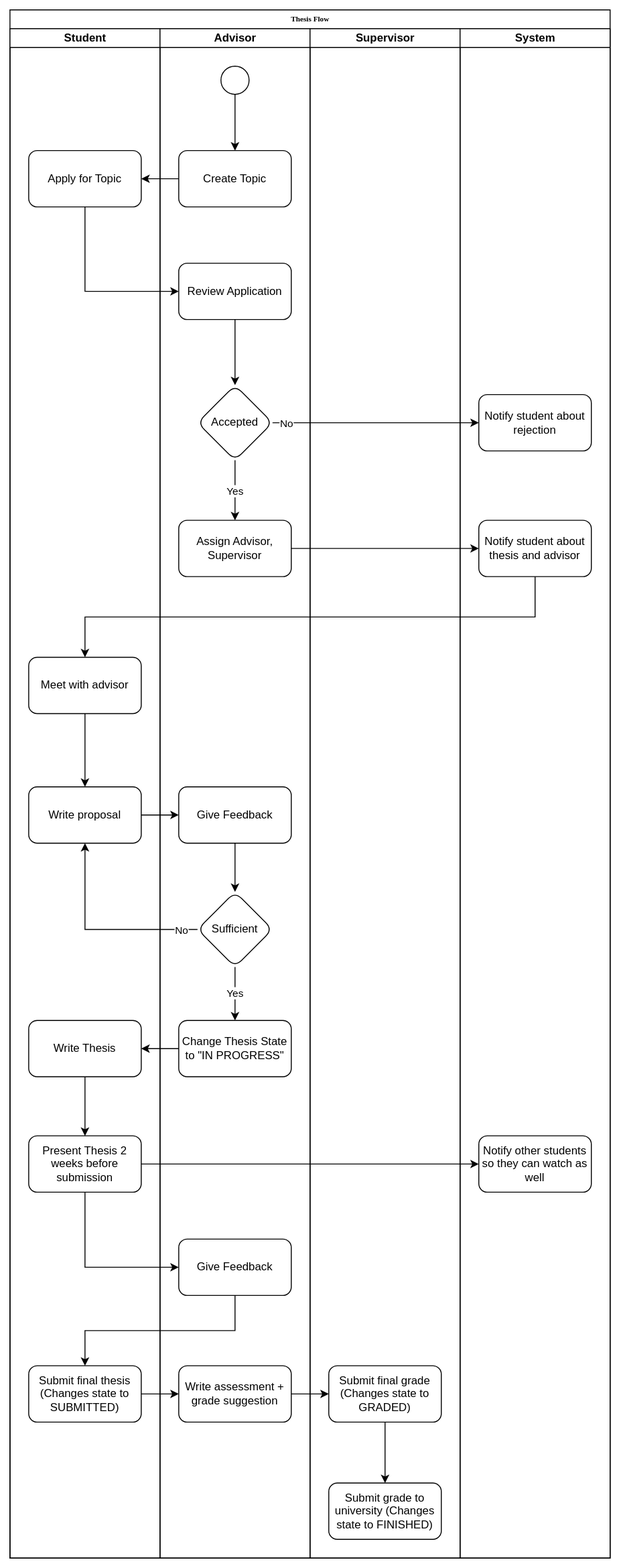
This is proposal/flowchart-2.svg from fabian-emilius/bachelor-thesis-charts, a draw.io export, as it was before one commit. Source tidied: cells renumbered, new cells last; positions are measured from the earlier drawing's top-left corner, leaving out a move shared by most shapes. Source of this version:
```xml
<mxGraphModel>
  <root>
    <mxCell id="0" />
    <mxCell id="1" parent="0" />
    <mxCell id="2" value="Thesis Flow" style="swimlane;html=1;startSize=20;rounded=0;shadow=0;labelBackgroundColor=none;strokeWidth=1;fontFamily=Verdana;fontSize=8;align=center;" parent="1" vertex="1">
      <mxGeometry width="640" height="1650" as="geometry" />
    </mxCell>
    <mxCell id="3" value="Student" style="swimlane;html=1;startSize=20;" parent="2" vertex="1">
      <mxGeometry y="20" width="160" height="1630" as="geometry" />
    </mxCell>
    <mxCell id="4" value="Apply for Topic" style="rounded=1;whiteSpace=wrap;html=1;" parent="3" vertex="1">
      <mxGeometry x="20" y="130" width="120" height="60" as="geometry" />
    </mxCell>
    <mxCell id="5" style="edgeStyle=orthogonalEdgeStyle;rounded=0;jettySize=auto;html=1;" parent="3" edge="1" source="6" target="7">
      <mxGeometry relative="1" as="geometry" />
    </mxCell>
    <mxCell id="6" value="Meet with advisor" style="whiteSpace=wrap;html=1;rounded=1;" parent="3" vertex="1">
      <mxGeometry x="20" y="670" width="120" height="60" as="geometry" />
    </mxCell>
    <mxCell id="7" value="Write proposal" style="whiteSpace=wrap;html=1;rounded=1;" parent="3" vertex="1">
      <mxGeometry x="20" y="808" width="120" height="60" as="geometry" />
    </mxCell>
    <mxCell id="8" style="edgeStyle=orthogonalEdgeStyle;rounded=0;jettySize=auto;html=1;" parent="3" edge="1" source="9" target="10">
      <mxGeometry relative="1" as="geometry" />
    </mxCell>
    <mxCell id="9" value="Write Thesis" style="whiteSpace=wrap;html=1;rounded=1;" parent="3" vertex="1">
      <mxGeometry x="20" y="1057" width="120" height="60" as="geometry" />
    </mxCell>
    <mxCell id="10" value="Present Thesis 2 weeks before submission" style="whiteSpace=wrap;html=1;rounded=1;" parent="3" vertex="1">
      <mxGeometry x="20" y="1180" width="120" height="60" as="geometry" />
    </mxCell>
    <mxCell id="11" value="Submit final thesis (Changes state to SUBMITTED)" style="whiteSpace=wrap;html=1;rounded=1;" parent="3" vertex="1">
      <mxGeometry x="20" y="1425" width="120" height="60" as="geometry" />
    </mxCell>
    <mxCell id="12" value="Advisor" style="swimlane;html=1;startSize=20;" parent="2" vertex="1">
      <mxGeometry x="160" y="20" width="160" height="1630" as="geometry" />
    </mxCell>
    <mxCell id="13" style="edgeStyle=orthogonalEdgeStyle;rounded=0;jettySize=auto;html=1;exitX=0.5;exitY=1;exitDx=0;exitDy=0;entryX=0.5;entryY=0;entryDx=0;entryDy=0;" parent="12" edge="1" source="14" target="15">
      <mxGeometry relative="1" as="geometry" />
    </mxCell>
    <mxCell id="14" style="ellipse;whiteSpace=wrap;html=1;rounded=0;shadow=0;labelBackgroundColor=none;strokeWidth=1;fontFamily=Verdana;fontSize=8;align=center;" parent="12" vertex="1">
      <mxGeometry x="65" y="40" width="30" height="30" as="geometry" />
    </mxCell>
    <mxCell id="15" value="Create Topic" style="rounded=1;whiteSpace=wrap;html=1;" parent="12" vertex="1">
      <mxGeometry x="20" y="130" width="120" height="60" as="geometry" />
    </mxCell>
    <mxCell id="16" style="edgeStyle=orthogonalEdgeStyle;rounded=0;jettySize=auto;html=1;" parent="12" edge="1" source="17" target="19">
      <mxGeometry relative="1" as="geometry" />
    </mxCell>
    <mxCell id="17" value="Review Application" style="rounded=1;whiteSpace=wrap;html=1;" parent="12" vertex="1">
      <mxGeometry x="20" y="250" width="120" height="60" as="geometry" />
    </mxCell>
    <mxCell id="18" value="Yes" style="edgeStyle=orthogonalEdgeStyle;rounded=0;jettySize=auto;html=1;" parent="12" edge="1" source="19" target="20">
      <mxGeometry relative="1" as="geometry" />
    </mxCell>
    <mxCell id="19" value="Accepted" style="rhombus;whiteSpace=wrap;html=1;rounded=1;" parent="12" vertex="1">
      <mxGeometry x="40" y="380" width="80" height="80" as="geometry" />
    </mxCell>
    <mxCell id="20" value="Assign Advisor, Supervisor" style="whiteSpace=wrap;html=1;rounded=1;" parent="12" vertex="1">
      <mxGeometry x="20" y="524" width="120" height="60" as="geometry" />
    </mxCell>
    <mxCell id="21" style="edgeStyle=orthogonalEdgeStyle;rounded=0;jettySize=auto;html=1;" parent="12" edge="1" source="22" target="24">
      <mxGeometry relative="1" as="geometry" />
    </mxCell>
    <mxCell id="22" value="Give Feedback" style="whiteSpace=wrap;html=1;rounded=1;" parent="12" vertex="1">
      <mxGeometry x="20" y="808" width="120" height="60" as="geometry" />
    </mxCell>
    <mxCell id="23" value="Yes" style="edgeStyle=orthogonalEdgeStyle;rounded=0;jettySize=auto;html=1;" parent="12" edge="1" source="24" target="25">
      <mxGeometry relative="1" as="geometry" />
    </mxCell>
    <mxCell id="24" value="Sufficient" style="rhombus;whiteSpace=wrap;html=1;rounded=1;" parent="12" vertex="1">
      <mxGeometry x="40" y="920" width="80" height="80" as="geometry" />
    </mxCell>
    <mxCell id="25" value="Change Thesis State to &quot;IN PROGRESS&quot;" style="whiteSpace=wrap;html=1;rounded=1;" parent="12" vertex="1">
      <mxGeometry x="20" y="1057" width="120" height="60" as="geometry" />
    </mxCell>
    <mxCell id="26" value="Give Feedback" style="whiteSpace=wrap;html=1;rounded=1;" parent="12" vertex="1">
      <mxGeometry x="20" y="1290" width="120" height="60" as="geometry" />
    </mxCell>
    <mxCell id="27" value="Write assessment + grade suggestion" style="whiteSpace=wrap;html=1;rounded=1;" parent="12" vertex="1">
      <mxGeometry x="20" y="1425" width="120" height="60" as="geometry" />
    </mxCell>
    <mxCell id="28" value="Supervisor" style="swimlane;html=1;startSize=20;" parent="2" vertex="1">
      <mxGeometry x="320" y="20" width="160" height="1630" as="geometry" />
    </mxCell>
    <mxCell id="29" style="edgeStyle=orthogonalEdgeStyle;rounded=0;jettySize=auto;html=1;" parent="28" edge="1" source="30" target="31">
      <mxGeometry relative="1" as="geometry" />
    </mxCell>
    <mxCell id="30" value="Submit final grade&lt;div&gt;(Changes state to GRADED)&lt;/div&gt;" style="whiteSpace=wrap;html=1;rounded=1;" parent="28" vertex="1">
      <mxGeometry x="20" y="1425" width="120" height="60" as="geometry" />
    </mxCell>
    <mxCell id="31" value="Submit grade to university (Changes state to FINISHED)" style="whiteSpace=wrap;html=1;rounded=1;" parent="28" vertex="1">
      <mxGeometry x="20" y="1550" width="120" height="60" as="geometry" />
    </mxCell>
    <mxCell id="32" value="System" style="swimlane;html=1;startSize=20;" parent="2" vertex="1">
      <mxGeometry x="480" y="20" width="160" height="1630" as="geometry" />
    </mxCell>
    <mxCell id="33" value="Notify student about rejection" style="whiteSpace=wrap;html=1;rounded=1;" parent="32" vertex="1">
      <mxGeometry x="20" y="390" width="120" height="60" as="geometry" />
    </mxCell>
    <mxCell id="34" value="Notify student about thesis and advisor" style="whiteSpace=wrap;html=1;rounded=1;" parent="32" vertex="1">
      <mxGeometry x="20" y="524" width="120" height="60" as="geometry" />
    </mxCell>
    <mxCell id="35" value="Notify other students so they can watch as well" style="whiteSpace=wrap;html=1;rounded=1;" parent="32" vertex="1">
      <mxGeometry x="20" y="1180" width="120" height="60" as="geometry" />
    </mxCell>
    <mxCell id="36" style="edgeStyle=orthogonalEdgeStyle;rounded=0;jettySize=auto;html=1;" parent="2" edge="1" source="15" target="4">
      <mxGeometry relative="1" as="geometry" />
    </mxCell>
    <mxCell id="37" style="edgeStyle=orthogonalEdgeStyle;rounded=0;jettySize=auto;html=1;exitX=0.5;exitY=1;exitDx=0;exitDy=0;entryX=0;entryY=0.5;entryDx=0;entryDy=0;" parent="2" edge="1" source="4" target="17">
      <mxGeometry relative="1" as="geometry" />
    </mxCell>
    <mxCell id="38" style="edgeStyle=orthogonalEdgeStyle;rounded=0;jettySize=auto;html=1;" parent="2" edge="1" source="19" target="33">
      <mxGeometry relative="1" as="geometry" />
    </mxCell>
    <mxCell id="39" value="No" style="edgeLabel;html=1;align=center;verticalAlign=middle;" parent="38" vertex="1">
      <mxGeometry x="-0.83" relative="1" as="geometry">
        <mxPoint x="-4" as="offset" />
      </mxGeometry>
    </mxCell>
    <mxCell id="40" style="edgeStyle=orthogonalEdgeStyle;rounded=0;jettySize=auto;html=1;" parent="2" edge="1" source="20" target="34">
      <mxGeometry relative="1" as="geometry" />
    </mxCell>
    <mxCell id="41" style="edgeStyle=orthogonalEdgeStyle;rounded=0;jettySize=auto;html=1;exitX=0.5;exitY=1;exitDx=0;exitDy=0;entryX=0.5;entryY=0;entryDx=0;entryDy=0;" parent="2" edge="1" source="34" target="6">
      <mxGeometry relative="1" as="geometry" />
    </mxCell>
    <mxCell id="42" style="edgeStyle=orthogonalEdgeStyle;rounded=0;jettySize=auto;html=1;" parent="2" edge="1" source="7" target="22">
      <mxGeometry relative="1" as="geometry" />
    </mxCell>
    <mxCell id="43" style="edgeStyle=orthogonalEdgeStyle;rounded=0;jettySize=auto;html=1;exitX=0;exitY=0.5;exitDx=0;exitDy=0;entryX=0.5;entryY=1;entryDx=0;entryDy=0;" parent="2" edge="1" source="24" target="7">
      <mxGeometry relative="1" as="geometry" />
    </mxCell>
    <mxCell id="44" value="No" style="edgeLabel;html=1;align=center;verticalAlign=middle;" parent="43" vertex="1">
      <mxGeometry x="-0.83" relative="1" as="geometry">
        <mxPoint x="-1" as="offset" />
      </mxGeometry>
    </mxCell>
    <mxCell id="45" style="edgeStyle=orthogonalEdgeStyle;rounded=0;jettySize=auto;html=1;" parent="2" edge="1" source="25" target="9">
      <mxGeometry relative="1" as="geometry" />
    </mxCell>
    <mxCell id="46" style="edgeStyle=orthogonalEdgeStyle;rounded=0;jettySize=auto;html=1;" parent="2" edge="1" source="10" target="35">
      <mxGeometry relative="1" as="geometry" />
    </mxCell>
    <mxCell id="47" style="edgeStyle=orthogonalEdgeStyle;rounded=0;jettySize=auto;html=1;exitX=0.5;exitY=1;exitDx=0;exitDy=0;entryX=0;entryY=0.5;entryDx=0;entryDy=0;" parent="2" edge="1" source="10" target="26">
      <mxGeometry relative="1" as="geometry" />
    </mxCell>
    <mxCell id="48" style="edgeStyle=orthogonalEdgeStyle;rounded=0;jettySize=auto;html=1;exitX=0.5;exitY=1;exitDx=0;exitDy=0;entryX=0.5;entryY=0;entryDx=0;entryDy=0;" parent="2" edge="1" source="26" target="11">
      <mxGeometry relative="1" as="geometry" />
    </mxCell>
    <mxCell id="49" style="edgeStyle=orthogonalEdgeStyle;rounded=0;jettySize=auto;html=1;" parent="2" edge="1" source="11" target="27">
      <mxGeometry relative="1" as="geometry" />
    </mxCell>
    <mxCell id="50" style="edgeStyle=orthogonalEdgeStyle;rounded=0;jettySize=auto;html=1;" parent="2" edge="1" source="27" target="30">
      <mxGeometry relative="1" as="geometry" />
    </mxCell>
  </root>
</mxGraphModel>
```
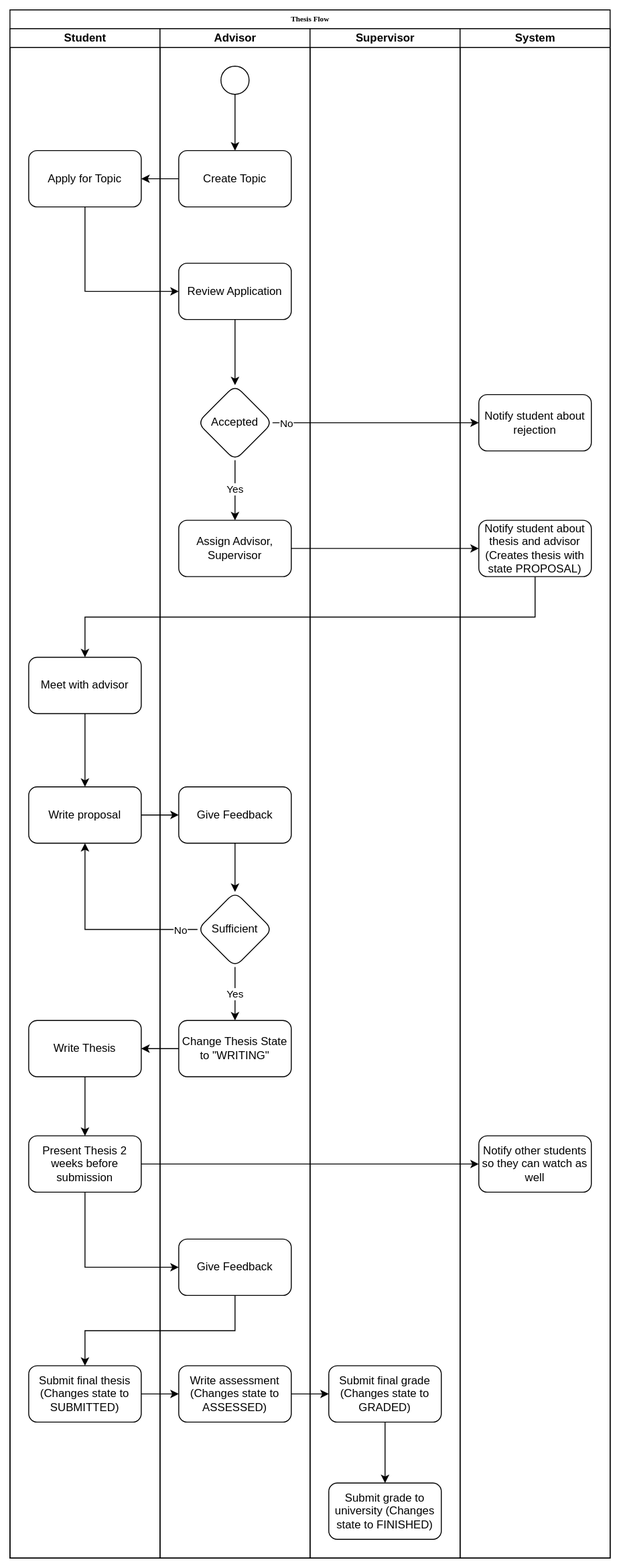
The same diagram one commit later.

Change to the diagram source:
```diff
@@ -71,13 +71,13 @@
     <mxCell id="24" value="Sufficient" style="rhombus;whiteSpace=wrap;html=1;rounded=1;" parent="12" vertex="1">
       <mxGeometry x="40" y="920" width="80" height="80" as="geometry" />
     </mxCell>
-    <mxCell id="25" value="Change Thesis State to &quot;IN PROGRESS&quot;" style="whiteSpace=wrap;html=1;rounded=1;" parent="12" vertex="1">
+    <mxCell id="25" value="Change Thesis State to &quot;WRITING&quot;" style="whiteSpace=wrap;html=1;rounded=1;" parent="12" vertex="1">
       <mxGeometry x="20" y="1057" width="120" height="60" as="geometry" />
     </mxCell>
     <mxCell id="26" value="Give Feedback" style="whiteSpace=wrap;html=1;rounded=1;" parent="12" vertex="1">
       <mxGeometry x="20" y="1290" width="120" height="60" as="geometry" />
     </mxCell>
-    <mxCell id="27" value="Write assessment + grade suggestion" style="whiteSpace=wrap;html=1;rounded=1;" parent="12" vertex="1">
+    <mxCell id="27" value="Write assessment (Changes state to ASSESSED)" style="whiteSpace=wrap;html=1;rounded=1;" parent="12" vertex="1">
       <mxGeometry x="20" y="1425" width="120" height="60" as="geometry" />
     </mxCell>
     <mxCell id="28" value="Supervisor" style="swimlane;html=1;startSize=20;" parent="2" vertex="1">
@@ -98,7 +98,7 @@
     <mxCell id="33" value="Notify student about rejection" style="whiteSpace=wrap;html=1;rounded=1;" parent="32" vertex="1">
       <mxGeometry x="20" y="390" width="120" height="60" as="geometry" />
     </mxCell>
-    <mxCell id="34" value="Notify student about thesis and advisor" style="whiteSpace=wrap;html=1;rounded=1;" parent="32" vertex="1">
+    <mxCell id="34" value="Notify student about thesis and advisor (Creates thesis with state PROPOSAL)" style="whiteSpace=wrap;html=1;rounded=1;" parent="32" vertex="1">
       <mxGeometry x="20" y="524" width="120" height="60" as="geometry" />
     </mxCell>
     <mxCell id="35" value="Notify other students so they can watch as well" style="whiteSpace=wrap;html=1;rounded=1;" parent="32" vertex="1">
```
